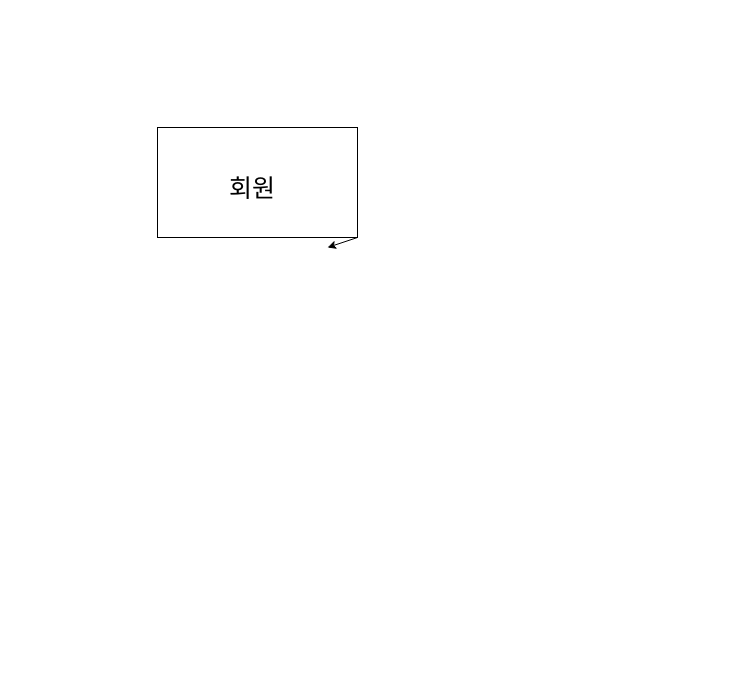
The draw.io diagram page "한빛 ERD" (2 of 3) of hanbit.drawio in Dogyeong-Kim/oraclesource, before the edit. Source tidied: cells renumbered, new cells numbered last; positions are measured from the earlier drawing's top-left corner, leaving out a move shared by most shapes. Both pictures are drawn from the tidied source at 100%, with x=0, y=0 at pixel (157, 127).
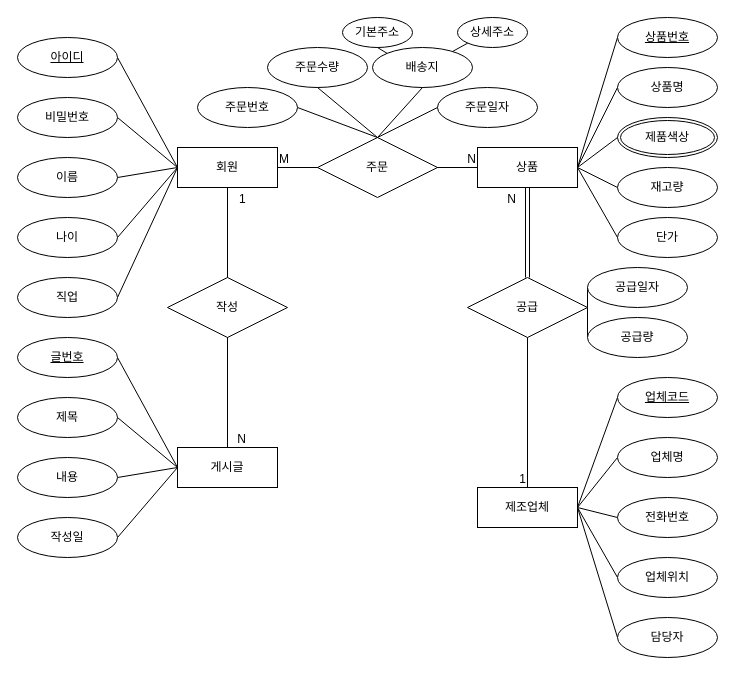
After the change.

Diff of the diagram source:
```diff
@@
-    <mxCell id="2" style="edgeStyle=none;html=1;exitX=1;exitY=1;exitDx=0;exitDy=0;" parent="1" edge="1" source="3">
-      <mxGeometry relative="1" as="geometry">
-        <mxPoint x="170" y="120" as="targetPoint" />
-      </mxGeometry>
-    </mxCell>
-    <mxCell id="3" style="rounded=0;whiteSpace=wrap;html=1;" parent="1" vertex="1">
-      <mxGeometry width="200" height="110" as="geometry" />
-    </mxCell>
+    <mxCell id="5" style="edgeStyle=none;html=1;exitX=0;exitY=0.5;exitDx=0;exitDy=0;entryX=1;entryY=0.5;entryDx=0;entryDy=0;endArrow=none;endFill=0;" parent="1" edge="1" source="4" target="14">
+      <mxGeometry relative="1" as="geometry" />
+    </mxCell>
+    <mxCell id="6" style="edgeStyle=none;html=1;exitX=0;exitY=0.5;exitDx=0;exitDy=0;entryX=1;entryY=0.5;entryDx=0;entryDy=0;endArrow=none;endFill=0;" parent="1" edge="1" source="4" target="9">
+      <mxGeometry relative="1" as="geometry" />
+    </mxCell>
+    <mxCell id="7" style="edgeStyle=none;html=1;exitX=0;exitY=0.5;exitDx=0;exitDy=0;entryX=1;entryY=0.5;entryDx=0;entryDy=0;endArrow=none;endFill=0;" parent="1" edge="1" source="4" target="10">
+      <mxGeometry relative="1" as="geometry" />
+    </mxCell>
+    <mxCell id="8" style="edgeStyle=none;html=1;exitX=0;exitY=0.5;exitDx=0;exitDy=0;entryX=1;entryY=0.5;entryDx=0;entryDy=0;endArrow=none;endFill=0;" parent="1" edge="1" source="4" target="13">
+      <mxGeometry relative="1" as="geometry" />
+    </mxCell>
-    <mxCell id="4" value="&lt;font style=&quot;font-size: 25px;&quot;&gt;회원&lt;/font&gt;" style="text;html=1;align=center;verticalAlign=middle;whiteSpace=wrap;rounded=0;" parent="1" vertex="1">
-      <mxGeometry x="20" y="20" width="150" height="80" as="geometry" />
+    <mxCell id="4" value="회원" style="whiteSpace=wrap;html=1;align=center;" parent="1" vertex="1">
+      <mxGeometry x="20" y="20" width="100" height="40" as="geometry" />
     </mxCell>
+    <mxCell id="9" value="&lt;u&gt;아이디&lt;/u&gt;" style="ellipse;whiteSpace=wrap;html=1;align=center;" parent="1" vertex="1">
+      <mxGeometry x="-140" y="-90" width="100" height="40" as="geometry" />
+    </mxCell>
+    <mxCell id="10" value="비밀번호" style="ellipse;whiteSpace=wrap;html=1;align=center;" parent="1" vertex="1">
+      <mxGeometry x="-140" y="-30" width="100" height="40" as="geometry" />
+    </mxCell>
+    <mxCell id="11" style="edgeStyle=none;html=1;exitX=1;exitY=0.5;exitDx=0;exitDy=0;entryX=0;entryY=0.5;entryDx=0;entryDy=0;endArrow=none;endFill=0;" parent="1" edge="1" source="12" target="4">
+      <mxGeometry relative="1" as="geometry" />
+    </mxCell>
+    <mxCell id="12" value="이름" style="ellipse;whiteSpace=wrap;html=1;align=center;" parent="1" vertex="1">
+      <mxGeometry x="-140" y="30" width="100" height="40" as="geometry" />
+    </mxCell>
+    <mxCell id="13" value="나이" style="ellipse;whiteSpace=wrap;html=1;align=center;" parent="1" vertex="1">
+      <mxGeometry x="-140" y="90" width="100" height="40" as="geometry" />
+    </mxCell>
+    <mxCell id="14" value="직업" style="ellipse;whiteSpace=wrap;html=1;align=center;" parent="1" vertex="1">
+      <mxGeometry x="-140" y="150" width="100" height="40" as="geometry" />
+    </mxCell>
+    <mxCell id="15" style="edgeStyle=none;html=1;exitX=1;exitY=0.5;exitDx=0;exitDy=0;entryX=0;entryY=0.5;entryDx=0;entryDy=0;endArrow=none;endFill=0;" parent="1" edge="1" source="19" target="23">
+      <mxGeometry relative="1" as="geometry" />
+    </mxCell>
+    <mxCell id="16" style="edgeStyle=none;html=1;exitX=1;exitY=0.5;exitDx=0;exitDy=0;entryX=0;entryY=0.5;entryDx=0;entryDy=0;endArrow=none;endFill=0;" parent="1" edge="1" source="19" target="20">
+      <mxGeometry relative="1" as="geometry" />
+    </mxCell>
+    <mxCell id="17" style="edgeStyle=none;html=1;exitX=1;exitY=0.5;exitDx=0;exitDy=0;entryX=0;entryY=0.5;entryDx=0;entryDy=0;endArrow=none;endFill=0;" parent="1" edge="1" source="19" target="21">
+      <mxGeometry relative="1" as="geometry" />
+    </mxCell>
+    <mxCell id="18" style="edgeStyle=none;html=1;exitX=1;exitY=0.5;exitDx=0;exitDy=0;entryX=0;entryY=0.5;entryDx=0;entryDy=0;endArrow=none;endFill=0;" parent="1" edge="1" source="19" target="22">
+      <mxGeometry relative="1" as="geometry" />
+    </mxCell>
+    <mxCell id="19" value="상품" style="whiteSpace=wrap;html=1;align=center;" parent="1" vertex="1">
+      <mxGeometry x="320" y="20" width="100" height="40" as="geometry" />
+    </mxCell>
+    <mxCell id="20" value="&lt;u&gt;상품번호&lt;/u&gt;" style="ellipse;whiteSpace=wrap;html=1;align=center;" parent="1" vertex="1">
+      <mxGeometry x="460" y="-110" width="100" height="40" as="geometry" />
+    </mxCell>
+    <mxCell id="21" value="상품명" style="ellipse;whiteSpace=wrap;html=1;align=center;" parent="1" vertex="1">
+      <mxGeometry x="460" y="-60" width="100" height="40" as="geometry" />
+    </mxCell>
+    <mxCell id="22" value="재고량" style="ellipse;whiteSpace=wrap;html=1;align=center;" parent="1" vertex="1">
+      <mxGeometry x="460" y="40" width="100" height="40" as="geometry" />
+    </mxCell>
+    <mxCell id="23" value="단가" style="ellipse;whiteSpace=wrap;html=1;align=center;" parent="1" vertex="1">
+      <mxGeometry x="460" y="90" width="100" height="40" as="geometry" />
+    </mxCell>
+    <mxCell id="24" style="edgeStyle=none;html=1;exitX=1;exitY=0.5;exitDx=0;exitDy=0;entryX=0;entryY=0.5;entryDx=0;entryDy=0;endArrow=none;endFill=0;" parent="1" edge="1" source="28" target="32">
+      <mxGeometry relative="1" as="geometry" />
+    </mxCell>
+    <mxCell id="25" style="edgeStyle=none;html=1;exitX=1;exitY=0.5;exitDx=0;exitDy=0;entryX=0;entryY=0.5;entryDx=0;entryDy=0;endArrow=none;endFill=0;" parent="1" edge="1" source="28" target="29">
+      <mxGeometry relative="1" as="geometry" />
+    </mxCell>
+    <mxCell id="26" style="edgeStyle=none;html=1;exitX=1;exitY=0.5;exitDx=0;exitDy=0;entryX=0;entryY=0.5;entryDx=0;entryDy=0;endArrow=none;endFill=0;" parent="1" edge="1" source="28" target="30">
+      <mxGeometry relative="1" as="geometry" />
+    </mxCell>
+    <mxCell id="27" style="edgeStyle=none;html=1;exitX=1;exitY=0.5;exitDx=0;exitDy=0;entryX=0;entryY=0.5;entryDx=0;entryDy=0;endArrow=none;endFill=0;" parent="1" edge="1" source="28" target="31">
+      <mxGeometry relative="1" as="geometry" />
+    </mxCell>
+    <mxCell id="28" value="제조업체" style="whiteSpace=wrap;html=1;align=center;" parent="1" vertex="1">
+      <mxGeometry x="320" y="360" width="100" height="40" as="geometry" />
+    </mxCell>
+    <mxCell id="29" value="&lt;u&gt;업체코드&lt;/u&gt;" style="ellipse;whiteSpace=wrap;html=1;align=center;" parent="1" vertex="1">
+      <mxGeometry x="460" y="250" width="100" height="40" as="geometry" />
+    </mxCell>
+    <mxCell id="30" value="업체명" style="ellipse;whiteSpace=wrap;html=1;align=center;" parent="1" vertex="1">
+      <mxGeometry x="460" y="310" width="100" height="40" as="geometry" />
+    </mxCell>
+    <mxCell id="31" value="업체위치" style="ellipse;whiteSpace=wrap;html=1;align=center;" parent="1" vertex="1">
+      <mxGeometry x="460" y="430" width="100" height="40" as="geometry" />
+    </mxCell>
+    <mxCell id="32" value="담당자" style="ellipse;whiteSpace=wrap;html=1;align=center;" parent="1" vertex="1">
+      <mxGeometry x="460" y="490" width="100" height="40" as="geometry" />
+    </mxCell>
+    <mxCell id="33" style="edgeStyle=none;html=1;exitX=0;exitY=0.5;exitDx=0;exitDy=0;entryX=1;entryY=0.5;entryDx=0;entryDy=0;endArrow=none;endFill=0;" parent="1" edge="1" source="34" target="28">
+      <mxGeometry relative="1" as="geometry" />
+    </mxCell>
+    <mxCell id="34" value="전화번호" style="ellipse;whiteSpace=wrap;html=1;align=center;" parent="1" vertex="1">
+      <mxGeometry x="460" y="370" width="100" height="40" as="geometry" />
+    </mxCell>
+    <mxCell id="35" style="edgeStyle=none;html=1;exitX=0;exitY=0.5;exitDx=0;exitDy=0;entryX=1;entryY=0.5;entryDx=0;entryDy=0;endArrow=none;endFill=0;" parent="1" edge="1" source="38" target="39">
+      <mxGeometry relative="1" as="geometry" />
+    </mxCell>
+    <mxCell id="36" style="edgeStyle=none;html=1;exitX=0;exitY=0.5;exitDx=0;exitDy=0;entryX=1;entryY=0.5;entryDx=0;entryDy=0;endArrow=none;endFill=0;" parent="1" edge="1" source="38" target="40">
+      <mxGeometry relative="1" as="geometry" />
+    </mxCell>
+    <mxCell id="37" style="edgeStyle=none;html=1;exitX=0;exitY=0.5;exitDx=0;exitDy=0;entryX=1;entryY=0.5;entryDx=0;entryDy=0;endArrow=none;endFill=0;" parent="1" edge="1" source="38" target="43">
+      <mxGeometry relative="1" as="geometry" />
+    </mxCell>
+    <mxCell id="38" value="게시글" style="whiteSpace=wrap;html=1;align=center;" parent="1" vertex="1">
+      <mxGeometry x="20" y="320" width="100" height="40" as="geometry" />
+    </mxCell>
+    <mxCell id="39" value="&lt;u&gt;글번호&lt;/u&gt;" style="ellipse;whiteSpace=wrap;html=1;align=center;" parent="1" vertex="1">
+      <mxGeometry x="-140" y="210" width="100" height="40" as="geometry" />
+    </mxCell>
+    <mxCell id="40" value="제목" style="ellipse;whiteSpace=wrap;html=1;align=center;" parent="1" vertex="1">
+      <mxGeometry x="-140" y="270" width="100" height="40" as="geometry" />
+    </mxCell>
+    <mxCell id="41" style="edgeStyle=none;html=1;exitX=1;exitY=0.5;exitDx=0;exitDy=0;entryX=0;entryY=0.5;entryDx=0;entryDy=0;endArrow=none;endFill=0;" parent="1" edge="1" source="42" target="38">
+      <mxGeometry relative="1" as="geometry" />
+    </mxCell>
+    <mxCell id="42" value="내용" style="ellipse;whiteSpace=wrap;html=1;align=center;" parent="1" vertex="1">
+      <mxGeometry x="-140" y="330" width="100" height="40" as="geometry" />
+    </mxCell>
+    <mxCell id="43" value="작성일" style="ellipse;whiteSpace=wrap;html=1;align=center;" parent="1" vertex="1">
+      <mxGeometry x="-140" y="390" width="100" height="40" as="geometry" />
+    </mxCell>
+    <mxCell id="44" style="endArrow=none;html=1;rounded=0;exitX=1;exitY=0.5;exitDx=0;exitDy=0;entryX=0;entryY=0.5;entryDx=0;entryDy=0;" parent="1" edge="1" source="4" target="19">
+      <mxGeometry relative="1" as="geometry" />
+    </mxCell>
+    <mxCell id="45" value="M" style="html=1;whiteSpace=wrap;align=left;verticalAlign=bottom;" parent="44" vertex="1">
+      <mxGeometry x="-1" relative="1" as="geometry" />
+    </mxCell>
+    <mxCell id="46" value="N" style="html=1;whiteSpace=wrap;align=right;verticalAlign=bottom;" parent="44" vertex="1">
+      <mxGeometry x="1" relative="1" as="geometry" />
+    </mxCell>
+    <mxCell id="47" style="edgeStyle=none;html=1;exitX=0;exitY=0;exitDx=0;exitDy=0;" parent="1" edge="1" source="48">
+      <mxGeometry relative="1" as="geometry">
+        <mxPoint x="190" y="25" as="targetPoint" />
+      </mxGeometry>
+    </mxCell>
+    <mxCell id="48" value="주문" style="shape=rhombus;perimeter=rhombusPerimeter;whiteSpace=wrap;html=1;align=center;" parent="1" vertex="1">
+      <mxGeometry x="160" y="10" width="120" height="60" as="geometry" />
+    </mxCell>
+    <mxCell id="49" value="공급" style="shape=rhombus;perimeter=rhombusPerimeter;whiteSpace=wrap;html=1;align=center;" parent="1" vertex="1">
+      <mxGeometry x="310" y="150" width="120" height="60" as="geometry" />
+    </mxCell>
+    <mxCell id="50" style="shape=link;html=1;rounded=0;entryX=0.5;entryY=1;entryDx=0;entryDy=0;exitX=0.5;exitY=0;exitDx=0;exitDy=0;" parent="1" edge="1" source="49" target="19">
+      <mxGeometry relative="1" as="geometry" />
+    </mxCell>
+    <mxCell id="51" value="N" style="html=1;whiteSpace=wrap;align=right;verticalAlign=bottom;" parent="50" vertex="1">
+      <mxGeometry x="1" relative="1" as="geometry">
+        <mxPoint x="-10" y="20" as="offset" />
+      </mxGeometry>
+    </mxCell>
+    <mxCell id="52" style="endArrow=none;html=1;rounded=0;entryX=0.5;entryY=0;entryDx=0;entryDy=0;exitX=0.5;exitY=1;exitDx=0;exitDy=0;" parent="1" edge="1" source="49" target="28">
+      <mxGeometry relative="1" as="geometry" />
+    </mxCell>
+    <mxCell id="53" value="1" style="html=1;whiteSpace=wrap;align=right;verticalAlign=bottom;" parent="52" vertex="1">
+      <mxGeometry x="1" relative="1" as="geometry" />
+    </mxCell>
+    <mxCell id="54" style="endArrow=none;html=1;rounded=0;exitX=0.5;exitY=1;exitDx=0;exitDy=0;entryX=0.5;entryY=0;entryDx=0;entryDy=0;" parent="1" edge="1" source="4" target="38">
+      <mxGeometry relative="1" as="geometry" />
+    </mxCell>
+    <mxCell id="55" value="1" style="html=1;whiteSpace=wrap;align=left;verticalAlign=bottom;" parent="54" vertex="1">
+      <mxGeometry x="-1" relative="1" as="geometry">
+        <mxPoint x="10" y="20" as="offset" />
+      </mxGeometry>
+    </mxCell>
+    <mxCell id="56" value="N" style="html=1;whiteSpace=wrap;align=right;verticalAlign=bottom;" parent="54" vertex="1">
+      <mxGeometry x="1" relative="1" as="geometry">
+        <mxPoint x="20" as="offset" />
+      </mxGeometry>
+    </mxCell>
+    <mxCell id="57" value="작성" style="shape=rhombus;perimeter=rhombusPerimeter;whiteSpace=wrap;html=1;align=center;" parent="1" vertex="1">
+      <mxGeometry x="10" y="150" width="120" height="60" as="geometry" />
+    </mxCell>
+    <mxCell id="58" style="edgeStyle=none;html=1;exitX=0;exitY=0.5;exitDx=0;exitDy=0;entryX=1;entryY=0.5;entryDx=0;entryDy=0;endArrow=none;endFill=0;" parent="1" edge="1" source="59" target="49">
+      <mxGeometry relative="1" as="geometry" />
+    </mxCell>
+    <mxCell id="59" value="공급일자" style="ellipse;whiteSpace=wrap;html=1;align=center;" parent="1" vertex="1">
+      <mxGeometry x="430" y="140" width="100" height="40" as="geometry" />
+    </mxCell>
+    <mxCell id="60" style="edgeStyle=none;html=1;exitX=0;exitY=0.5;exitDx=0;exitDy=0;entryX=1;entryY=0.5;entryDx=0;entryDy=0;endArrow=none;endFill=0;" parent="1" edge="1" source="61" target="49">
+      <mxGeometry relative="1" as="geometry" />
+    </mxCell>
+    <mxCell id="61" value="공급량" style="ellipse;whiteSpace=wrap;html=1;align=center;" parent="1" vertex="1">
+      <mxGeometry x="430" y="190" width="100" height="40" as="geometry" />
+    </mxCell>
+    <mxCell id="62" value="주문일자" style="ellipse;whiteSpace=wrap;html=1;align=center;" parent="1" vertex="1">
+      <mxGeometry x="280" y="-40" width="100" height="40" as="geometry" />
+    </mxCell>
+    <mxCell id="63" value="주문수량" style="ellipse;whiteSpace=wrap;html=1;align=center;" parent="1" vertex="1">
+      <mxGeometry x="110" y="-80" width="100" height="40" as="geometry" />
+    </mxCell>
+    <mxCell id="64" style="edgeStyle=none;html=1;exitX=1;exitY=0.5;exitDx=0;exitDy=0;entryX=0.5;entryY=0;entryDx=0;entryDy=0;endArrow=none;endFill=0;" parent="1" edge="1" source="65" target="48">
+      <mxGeometry relative="1" as="geometry" />
+    </mxCell>
+    <mxCell id="65" value="주문번호" style="ellipse;whiteSpace=wrap;html=1;align=center;" parent="1" vertex="1">
+      <mxGeometry x="40" y="-40" width="100" height="40" as="geometry" />
+    </mxCell>
+    <mxCell id="66" value="배송지" style="ellipse;whiteSpace=wrap;html=1;align=center;" parent="1" vertex="1">
+      <mxGeometry x="215" y="-80" width="100" height="40" as="geometry" />
+    </mxCell>
+    <mxCell id="67" style="edgeStyle=none;html=1;exitX=1;exitY=0.5;exitDx=0;exitDy=0;entryX=0.5;entryY=0;entryDx=0;entryDy=0;endArrow=none;endFill=0;" parent="1" edge="1" target="48">
+      <mxGeometry relative="1" as="geometry">
+        <mxPoint x="160" y="-40" as="sourcePoint" />
+      </mxGeometry>
+    </mxCell>
+    <mxCell id="68" style="edgeStyle=none;html=1;exitX=0.5;exitY=1;exitDx=0;exitDy=0;entryX=0.5;entryY=0;entryDx=0;entryDy=0;endArrow=none;endFill=0;" parent="1" edge="1" source="66" target="48">
+      <mxGeometry relative="1" as="geometry" />
+    </mxCell>
+    <mxCell id="69" style="edgeStyle=none;html=1;exitX=0;exitY=0.5;exitDx=0;exitDy=0;entryX=0.5;entryY=0;entryDx=0;entryDy=0;endArrow=none;endFill=0;" parent="1" edge="1" source="62" target="48">
+      <mxGeometry relative="1" as="geometry" />
+    </mxCell>
+    <mxCell id="70" value="기본주소" style="ellipse;whiteSpace=wrap;html=1;align=center;" parent="1" vertex="1">
+      <mxGeometry x="185" y="-110" width="70" height="30" as="geometry" />
+    </mxCell>
+    <mxCell id="71" value="상세주소" style="ellipse;whiteSpace=wrap;html=1;align=center;" parent="1" vertex="1">
+      <mxGeometry x="300" y="-110" width="70" height="30" as="geometry" />
+    </mxCell>
+    <mxCell id="72" style="edgeStyle=none;html=1;exitX=0;exitY=0;exitDx=0;exitDy=0;entryX=0.5;entryY=1;entryDx=0;entryDy=0;endArrow=none;endFill=0;" parent="1" edge="1" source="66" target="70">
+      <mxGeometry relative="1" as="geometry" />
+    </mxCell>
+    <mxCell id="73" style="edgeStyle=none;html=1;exitX=0;exitY=1;exitDx=0;exitDy=0;endArrow=none;endFill=0;" parent="1" edge="1" source="71" target="66">
+      <mxGeometry relative="1" as="geometry" />
+    </mxCell>
+    <mxCell id="74" value="제품색상" style="ellipse;shape=doubleEllipse;margin=3;whiteSpace=wrap;html=1;align=center;" parent="1" vertex="1">
+      <mxGeometry x="460" y="-10" width="100" height="40" as="geometry" />
+    </mxCell>
+    <mxCell id="75" style="edgeStyle=none;html=1;exitX=1;exitY=0.5;exitDx=0;exitDy=0;entryX=0;entryY=0.5;entryDx=0;entryDy=0;endArrow=none;endFill=0;" parent="1" edge="1" source="19" target="74">
+      <mxGeometry relative="1" as="geometry" />
+    </mxCell>
```
